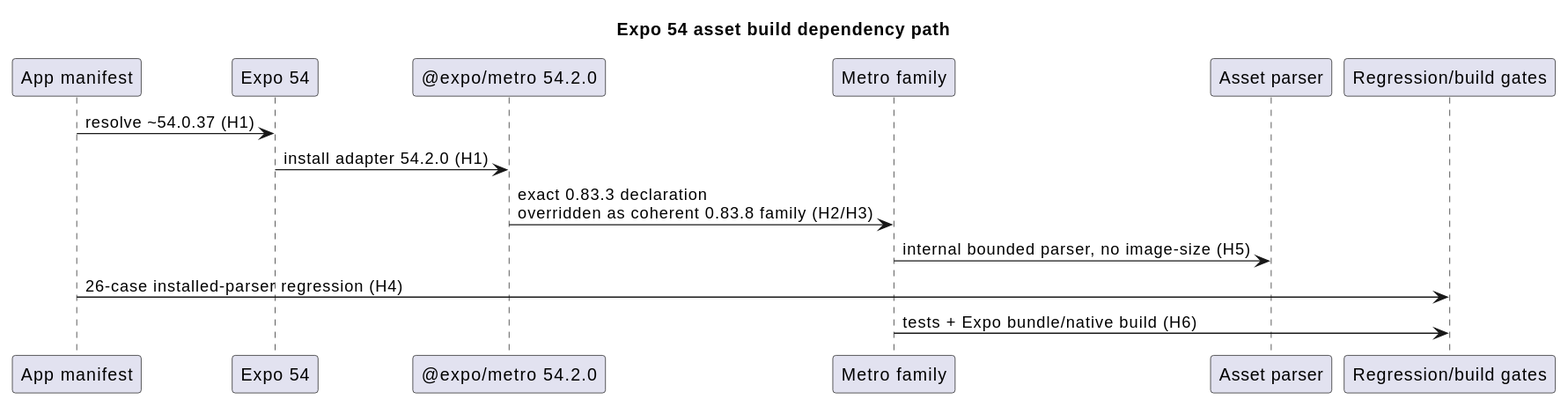
Before: docs/architecture/main-path_011.svg, a diagram exported from PlantUML (NeaBouli/pnyx). The source it was exported from:
```plantuml
@startuml
!pragma layout smetana
title Expo 54 asset build dependency path

participant "App manifest" as APP
participant "Expo 54" as EXPO
participant "@expo/metro 54.2.0" as EM
participant "Metro family" as METRO
participant "Asset parser" as PARSER
participant "Regression/build gates" as GATES

APP -> EXPO : resolve ~54.0.37 (H1)
EXPO -> EM : install adapter 54.2.0 (H1)
EM -> METRO : exact 0.83.3 declaration\noverridden as coherent 0.83.8 family (H2/H3)
METRO -> PARSER : internal bounded parser, no image-size (H5)
APP -> GATES : 26-case installed-parser regression (H4)
METRO -> GATES : tests + Expo bundle/native build (H6)
@enduml
```
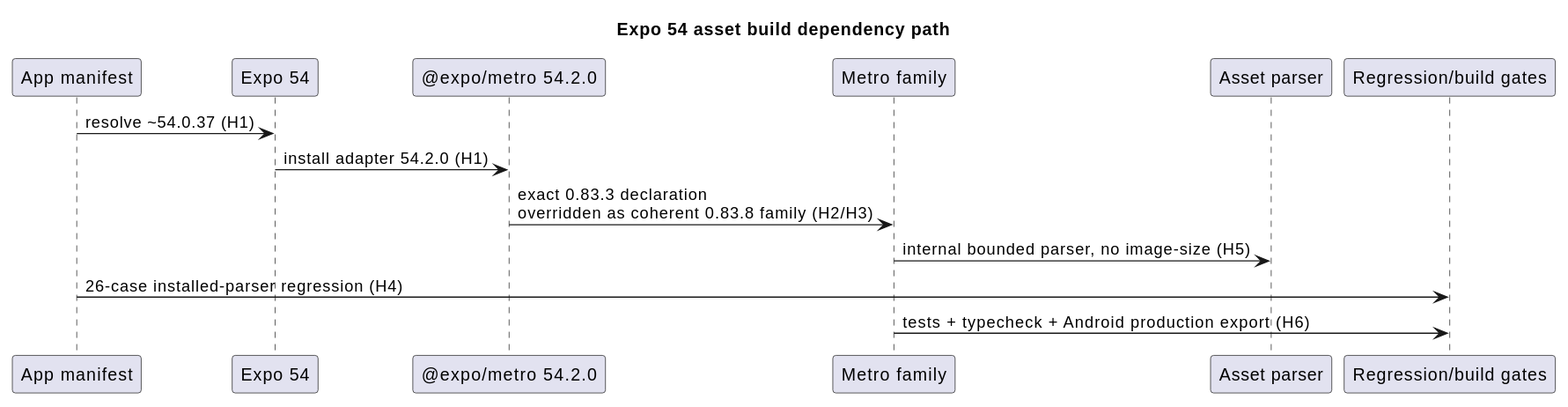
Later version of the same file.

Commit message:
docs(map): EKA-29 marks the image-size backport as pre-migration, validation = tests + Android export (CodeRabbit #404)

What changed in the source:
```diff
@@ -14,5 +14,5 @@
 EM -> METRO : exact 0.83.3 declaration\noverridden as coherent 0.83.8 family (H2/H3)
 METRO -> PARSER : internal bounded parser, no image-size (H5)
 APP -> GATES : 26-case installed-parser regression (H4)
-METRO -> GATES : tests + Expo bundle/native build (H6)
+METRO -> GATES : tests + typecheck + Android production export (H6)
 @enduml
```
